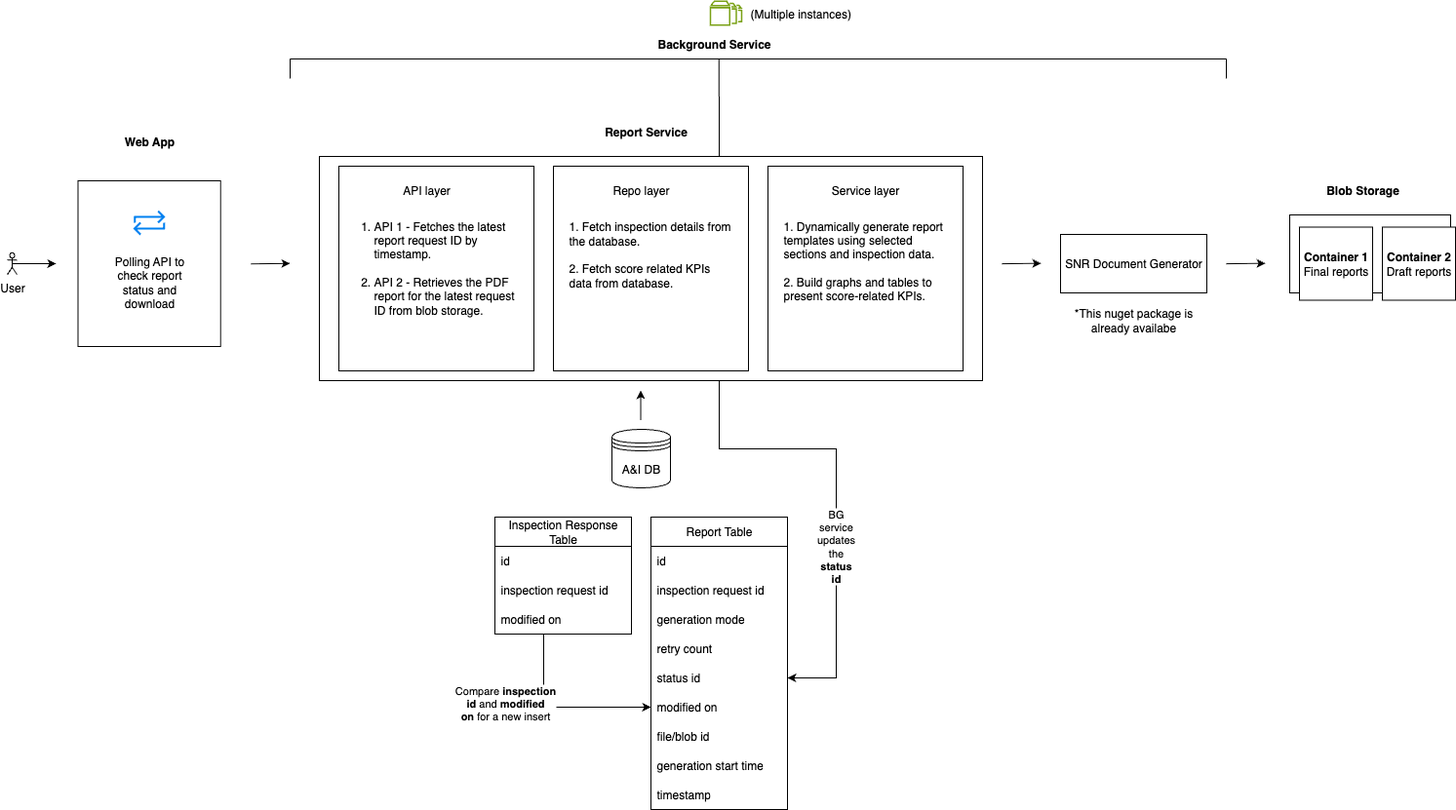
The draw.io diagram report_service.drawio.png in deb-sahu/system-designs, before a commit. Source tidied: cells renumbered, new cells last; positions are measured from the earlier drawing's top-left corner, leaving out a move shared by most shapes.
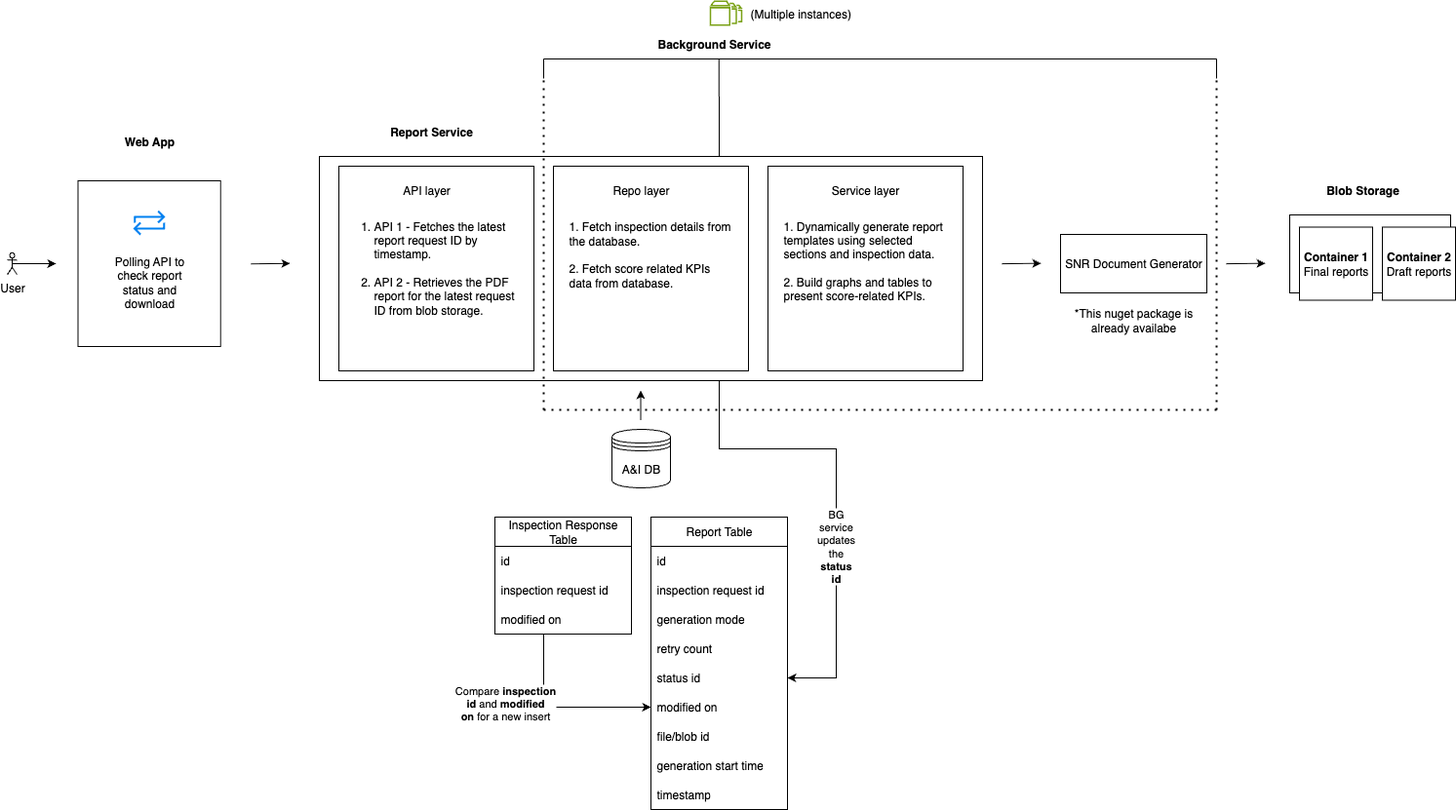
The same diagram one commit later.

What changed in the source:
```diff
@@ -16,7 +16,7 @@
       <mxGeometry x="1080" y="240" width="150" height="60" as="geometry" />
     </mxCell>
     <mxCell id="4" value="Report Service" style="text;html=1;align=center;verticalAlign=middle;whiteSpace=wrap;rounded=0;fontStyle=1;" parent="1" vertex="1">
-      <mxGeometry x="570" y="120" width="170" height="30" as="geometry" />
+      <mxGeometry x="350" y="120" width="170" height="30" as="geometry" />
     </mxCell>
     <mxCell id="5" style="edgeStyle=orthogonalEdgeStyle;rounded=0;jettySize=auto;html=1;exitX=0.5;exitY=0.5;exitDx=0;exitDy=0;exitPerimeter=0;" parent="1" edge="1" source="6">
       <mxGeometry relative="1" as="geometry">
@@ -166,12 +166,12 @@
       <mxGeometry x="94.9" y="258.8" width="101.6" height="60" as="geometry" />
     </mxCell>
     <mxCell id="47" style="group;" parent="1" vertex="1">
-      <mxGeometry x="290" y="60" width="960" height="20" as="geometry" />
+      <mxGeometry x="550" y="60" width="690" height="20" as="geometry" />
     </mxCell>
     <mxCell id="48" style="endArrow=none;html=1;rounded=0;" parent="47" edge="1">
       <mxGeometry relative="1" as="geometry">
         <mxPoint as="sourcePoint" />
-        <mxPoint x="960" as="targetPoint" />
+        <mxPoint x="690" as="targetPoint" />
       </mxGeometry>
     </mxCell>
     <mxCell id="49" style="endArrow=none;html=1;rounded=0;" parent="47" edge="1">
@@ -182,8 +182,8 @@
     </mxCell>
     <mxCell id="50" style="endArrow=none;html=1;rounded=0;" parent="47" edge="1">
       <mxGeometry relative="1" as="geometry">
-        <mxPoint x="960" y="20" as="sourcePoint" />
-        <mxPoint x="960" as="targetPoint" />
+        <mxPoint x="690" y="20" as="sourcePoint" />
+        <mxPoint x="690" as="targetPoint" />
       </mxGeometry>
     </mxCell>
     <mxCell id="51" value="Background Service" style="text;html=1;align=center;verticalAlign=middle;whiteSpace=wrap;rounded=0;fontStyle=1;" parent="1" vertex="1">
@@ -206,5 +206,23 @@
     <mxCell id="56" value="&lt;b&gt;Container 2&lt;/b&gt;&lt;div&gt;Draft reports&lt;/div&gt;" style="whiteSpace=wrap;html=1;" parent="1" vertex="1">
       <mxGeometry x="1410" y="232.5" width="75" height="75" as="geometry" />
     </mxCell>
+    <mxCell id="57" style="endArrow=none;dashed=1;html=1;dashPattern=1 3;strokeWidth=2;rounded=0;" parent="1" edge="1">
+      <mxGeometry relative="1" as="geometry">
+        <mxPoint x="550" y="420" as="sourcePoint" />
+        <mxPoint x="550" y="80" as="targetPoint" />
+      </mxGeometry>
+    </mxCell>
+    <mxCell id="58" style="endArrow=none;dashed=1;html=1;dashPattern=1 3;strokeWidth=2;rounded=0;" parent="1" edge="1">
+      <mxGeometry relative="1" as="geometry">
+        <mxPoint x="1240" y="420" as="sourcePoint" />
+        <mxPoint x="1240" y="80" as="targetPoint" />
+      </mxGeometry>
+    </mxCell>
+    <mxCell id="59" style="endArrow=none;dashed=1;html=1;dashPattern=1 3;strokeWidth=2;rounded=0;" parent="1" edge="1">
+      <mxGeometry relative="1" as="geometry">
+        <mxPoint x="550" y="420" as="sourcePoint" />
+        <mxPoint x="1240" y="420" as="targetPoint" />
+      </mxGeometry>
+    </mxCell>
   </root>
 </mxGraphModel>
```
